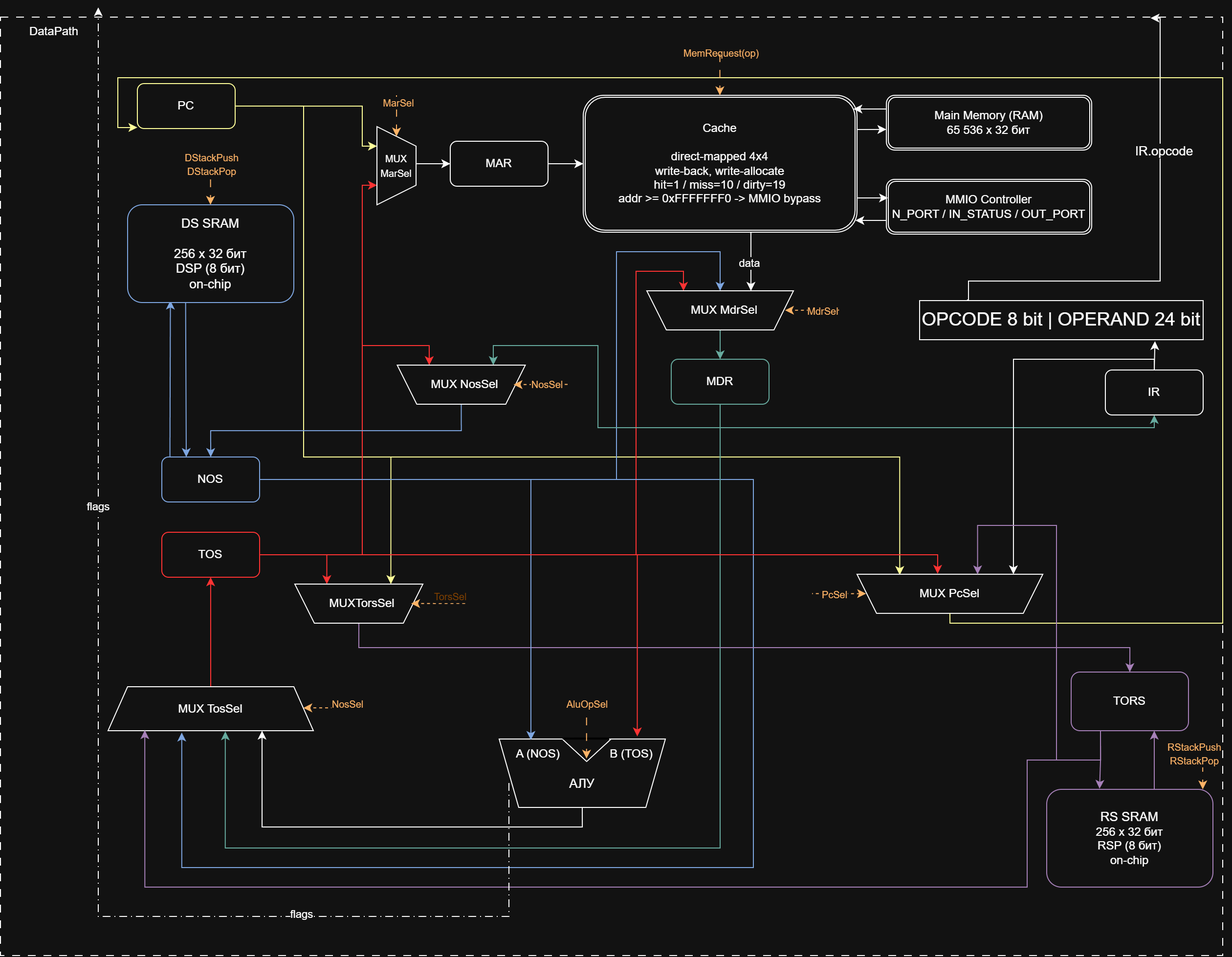
Before: pics/Datapath.png, a diagram exported from draw.io (AstroBlartvks/lab4-csa). Source tidied: cells renumbered, new cells last; positions are measured from the earlier drawing's top-left corner, leaving out a move shared by most shapes.
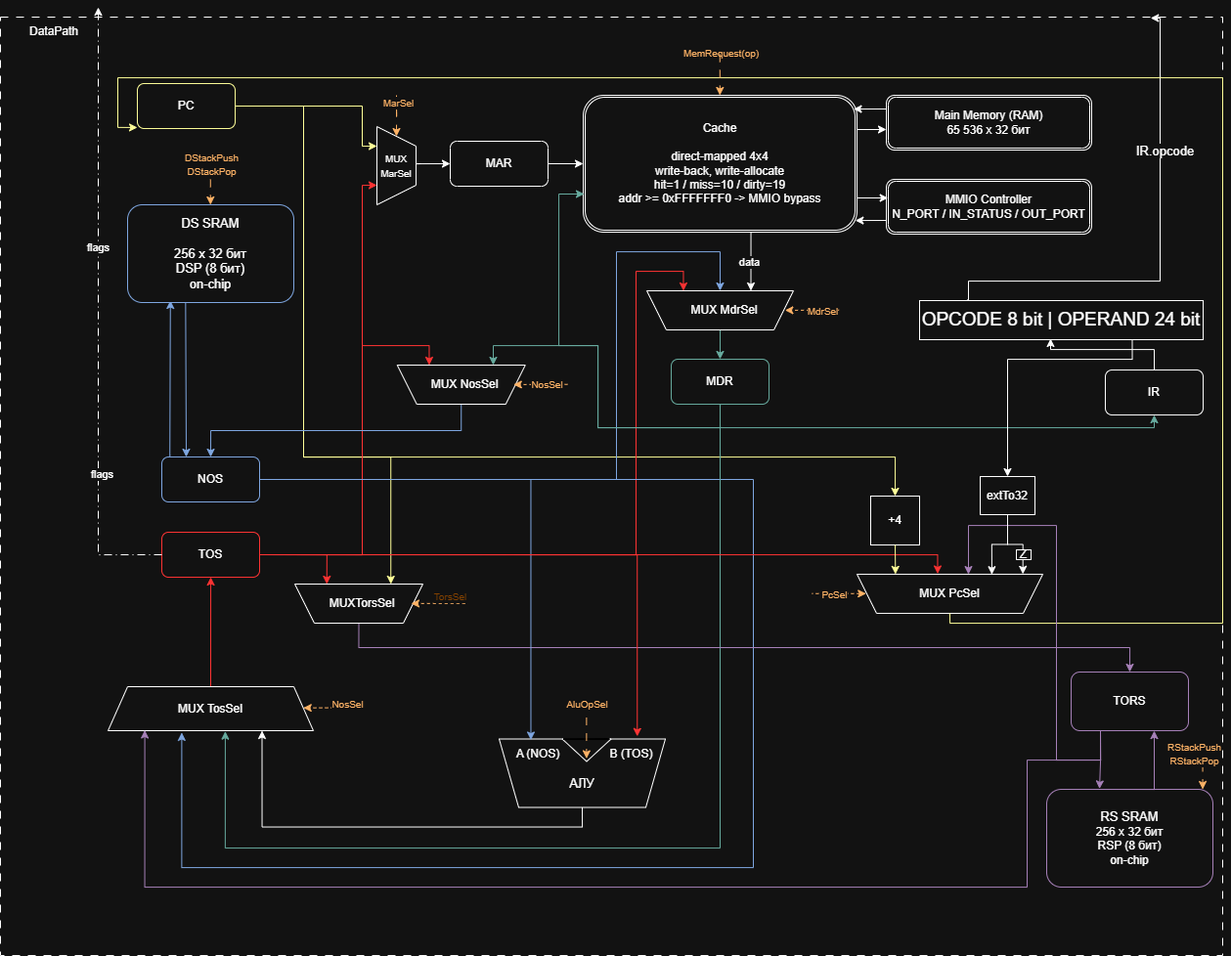
Above is the later version.

The edit, as a diff of the source:
```diff
@@ -22,12 +22,12 @@
         </Array>
       </mxGeometry>
     </mxCell>
-    <mxCell id="5" style="edgeStyle=orthogonalEdgeStyle;rounded=0;jettySize=auto;html=1;exitX=1;exitY=0.5;exitDx=0;exitDy=0;entryX=0.77;entryY=0.981;entryDx=0;entryDy=0;entryPerimeter=0;strokeColor=light-dark(#000000,#FFFF99);" parent="1" edge="1" source="6" target="65">
+    <mxCell id="5" style="edgeStyle=orthogonalEdgeStyle;rounded=0;jettySize=auto;html=1;exitX=1;exitY=0.5;exitDx=0;exitDy=0;entryX=0.5;entryY=0;entryDx=0;entryDy=0;strokeColor=light-dark(#000000,#FFFF99);" parent="1" edge="1" source="6" target="97">
       <mxGeometry relative="1" as="geometry">
         <Array as="points">
           <mxPoint x="310" y="101" />
           <mxPoint x="310" y="460" />
-          <mxPoint x="920" y="460" />
+          <mxPoint x="915" y="460" />
         </Array>
       </mxGeometry>
     </mxCell>
@@ -287,8 +287,13 @@
     <mxCell id="60" style="rounded=0;whiteSpace=wrap;html=1;" parent="1" vertex="1">
       <mxGeometry x="940" y="300" width="290" height="40" as="geometry" />
     </mxCell>
-    <mxCell id="61" style="edgeStyle=orthogonalEdgeStyle;rounded=0;jettySize=auto;html=1;exitX=0.5;exitY=0;exitDx=0;exitDy=0;entryX=0.83;entryY=1.037;entryDx=0;entryDy=0;entryPerimeter=0;" parent="1" edge="1" source="8" target="60">
-      <mxGeometry relative="1" as="geometry" />
+    <mxCell id="61" style="edgeStyle=orthogonalEdgeStyle;rounded=0;jettySize=auto;html=1;exitX=0.5;exitY=0;exitDx=0;exitDy=0;entryX=0.462;entryY=0.974;entryDx=0;entryDy=0;entryPerimeter=0;" parent="1" edge="1" source="8" target="60">
+      <mxGeometry relative="1" as="geometry">
+        <Array as="points">
+          <mxPoint x="1180" y="350" />
+          <mxPoint x="1074" y="350" />
+        </Array>
+      </mxGeometry>
     </mxCell>
     <mxCell id="62" value="&lt;font style=&quot;font-size: 19px;&quot;&gt;OPCODE 8 bit | OPERAND 24 bit&lt;/font&gt;" style="text;html=1;whiteSpace=wrap;strokeColor=none;fillColor=none;align=center;verticalAlign=middle;rounded=0;" parent="1" vertex="1">
       <mxGeometry x="940" y="305" width="290" height="30" as="geometry" />
@@ -325,21 +330,23 @@
     <mxCell id="67" value="MUX PcSel" style="text;html=1;whiteSpace=wrap;strokeColor=none;fillColor=none;align=center;verticalAlign=middle;rounded=0;" parent="1" vertex="1">
       <mxGeometry x="876" y="585" width="190" height="30" as="geometry" />
     </mxCell>
-    <mxCell id="68" style="edgeStyle=orthogonalEdgeStyle;rounded=0;jettySize=auto;html=1;exitX=0.5;exitY=0;exitDx=0;exitDy=0;entryX=0.842;entryY=-0.167;entryDx=0;entryDy=0;entryPerimeter=0;" parent="1" edge="1" source="8" target="67">
+    <mxCell id="68" style="edgeStyle=orthogonalEdgeStyle;rounded=0;jettySize=auto;html=1;exitX=0.75;exitY=1;exitDx=0;exitDy=0;entryX=0.5;entryY=0;entryDx=0;entryDy=0;" parent="1" edge="1" source="60" target="100">
       <mxGeometry relative="1" as="geometry">
         <Array as="points">
-          <mxPoint x="1180" y="360" />
-          <mxPoint x="1036" y="360" />
+          <mxPoint x="1158" y="360" />
+          <mxPoint x="1030" y="360" />
         </Array>
       </mxGeometry>
     </mxCell>
-    <mxCell id="69" style="edgeStyle=orthogonalEdgeStyle;rounded=0;jettySize=auto;html=1;exitX=0.25;exitY=1;exitDx=0;exitDy=0;entryX=0.351;entryY=0.999;entryDx=0;entryDy=0;entryPerimeter=0;strokeColor=light-dark(#000000,#A680B8);" parent="1" edge="1" source="50" target="65">
+    <mxCell id="69" style="edgeStyle=orthogonalEdgeStyle;rounded=0;jettySize=auto;html=1;exitX=0.25;exitY=1;exitDx=0;exitDy=0;strokeColor=light-dark(#000000,#A680B8);" parent="1" edge="1" source="50">
       <mxGeometry relative="1" as="geometry">
+        <mxPoint x="990" y="580" as="targetPoint" />
         <Array as="points">
           <mxPoint x="1125" y="770" />
           <mxPoint x="1080" y="770" />
           <mxPoint x="1080" y="530" />
-          <mxPoint x="999" y="530" />
+          <mxPoint x="990" y="530" />
+          <mxPoint x="990" y="580" />
         </Array>
       </mxGeometry>
     </mxCell>
@@ -350,12 +357,11 @@
         </Array>
       </mxGeometry>
     </mxCell>
-    <mxCell id="71" style="edgeStyle=orthogonalEdgeStyle;rounded=0;jettySize=auto;html=1;exitX=0;exitY=0.5;exitDx=0;exitDy=0;entryX=0.02;entryY=0.003;entryDx=0;entryDy=0;entryPerimeter=0;dashed=1;dashPattern=8 4 1 4;" parent="1" edge="1" source="31">
+    <mxCell id="71" style="edgeStyle=orthogonalEdgeStyle;rounded=0;jettySize=auto;html=1;exitX=0;exitY=0.5;exitDx=0;exitDy=0;entryX=0.02;entryY=0.003;entryDx=0;entryDy=0;entryPerimeter=0;dashed=1;dashPattern=8 4 1 4;" parent="1" edge="1" source="13">
       <mxGeometry relative="1" as="geometry">
         <mxPoint x="100" as="targetPoint" />
         <Array as="points">
-          <mxPoint x="520" y="930" />
-          <mxPoint x="100" y="930" />
+          <mxPoint x="100" y="560" />
         </Array>
       </mxGeometry>
     </mxCell>
@@ -501,5 +507,35 @@
         </Array>
       </mxGeometry>
     </mxCell>
+    <mxCell id="97" value="+4" style="rounded=0;whiteSpace=wrap;html=1;" parent="1" vertex="1">
+      <mxGeometry x="890" y="500" width="50" height="50" as="geometry" />
+    </mxCell>
+    <mxCell id="98" style="edgeStyle=orthogonalEdgeStyle;rounded=0;jettySize=auto;html=1;exitX=0.5;exitY=1;exitDx=0;exitDy=0;entryX=0.793;entryY=1;entryDx=0;entryDy=0;entryPerimeter=0;strokeColor=light-dark(#000000,#FFFF99);" parent="1" edge="1" source="97" target="65">
+      <mxGeometry relative="1" as="geometry" />
+    </mxCell>
+    <mxCell id="99" style="edgeStyle=orthogonalEdgeStyle;rounded=0;jettySize=auto;html=1;exitX=0.5;exitY=1;exitDx=0;exitDy=0;entryX=0;entryY=0.75;entryDx=0;entryDy=0;strokeColor=light-dark(#000000,#67AB9F);" parent="1" edge="1" source="44">
+      <mxGeometry relative="1" as="geometry">
+        <mxPoint x="597" y="191" as="targetPoint" />
+        <Array as="points">
+          <mxPoint x="736" y="430" />
+          <mxPoint x="611" y="430" />
+          <mxPoint x="611" y="346" />
+          <mxPoint x="571" y="346" />
+          <mxPoint x="571" y="191" />
+        </Array>
+      </mxGeometry>
+    </mxCell>
+    <mxCell id="100" value="extTo32" style="rounded=0;whiteSpace=wrap;html=1;" parent="1" vertex="1">
+      <mxGeometry x="1002" y="480" width="56" height="39" as="geometry" />
+    </mxCell>
+    <mxCell id="101" style="edgeStyle=orthogonalEdgeStyle;rounded=0;jettySize=auto;html=1;exitX=0.5;exitY=1;exitDx=0;exitDy=0;entryX=0.274;entryY=0.993;entryDx=0;entryDy=0;entryPerimeter=0;" parent="1" edge="1" source="100" target="65">
+      <mxGeometry relative="1" as="geometry" />
+    </mxCell>
+    <mxCell id="102" style="edgeStyle=orthogonalEdgeStyle;rounded=0;jettySize=auto;html=1;exitX=0.5;exitY=1;exitDx=0;exitDy=0;entryX=0.107;entryY=1.003;entryDx=0;entryDy=0;entryPerimeter=0;" parent="1" edge="1" source="100" target="65">
+      <mxGeometry relative="1" as="geometry" />
+    </mxCell>
+    <mxCell id="103" value="Z" style="rounded=0;whiteSpace=wrap;html=1;" parent="1" vertex="1">
+      <mxGeometry x="1039" y="555" width="15" height="10" as="geometry" />
+    </mxCell>
   </root>
 </mxGraphModel>
```
